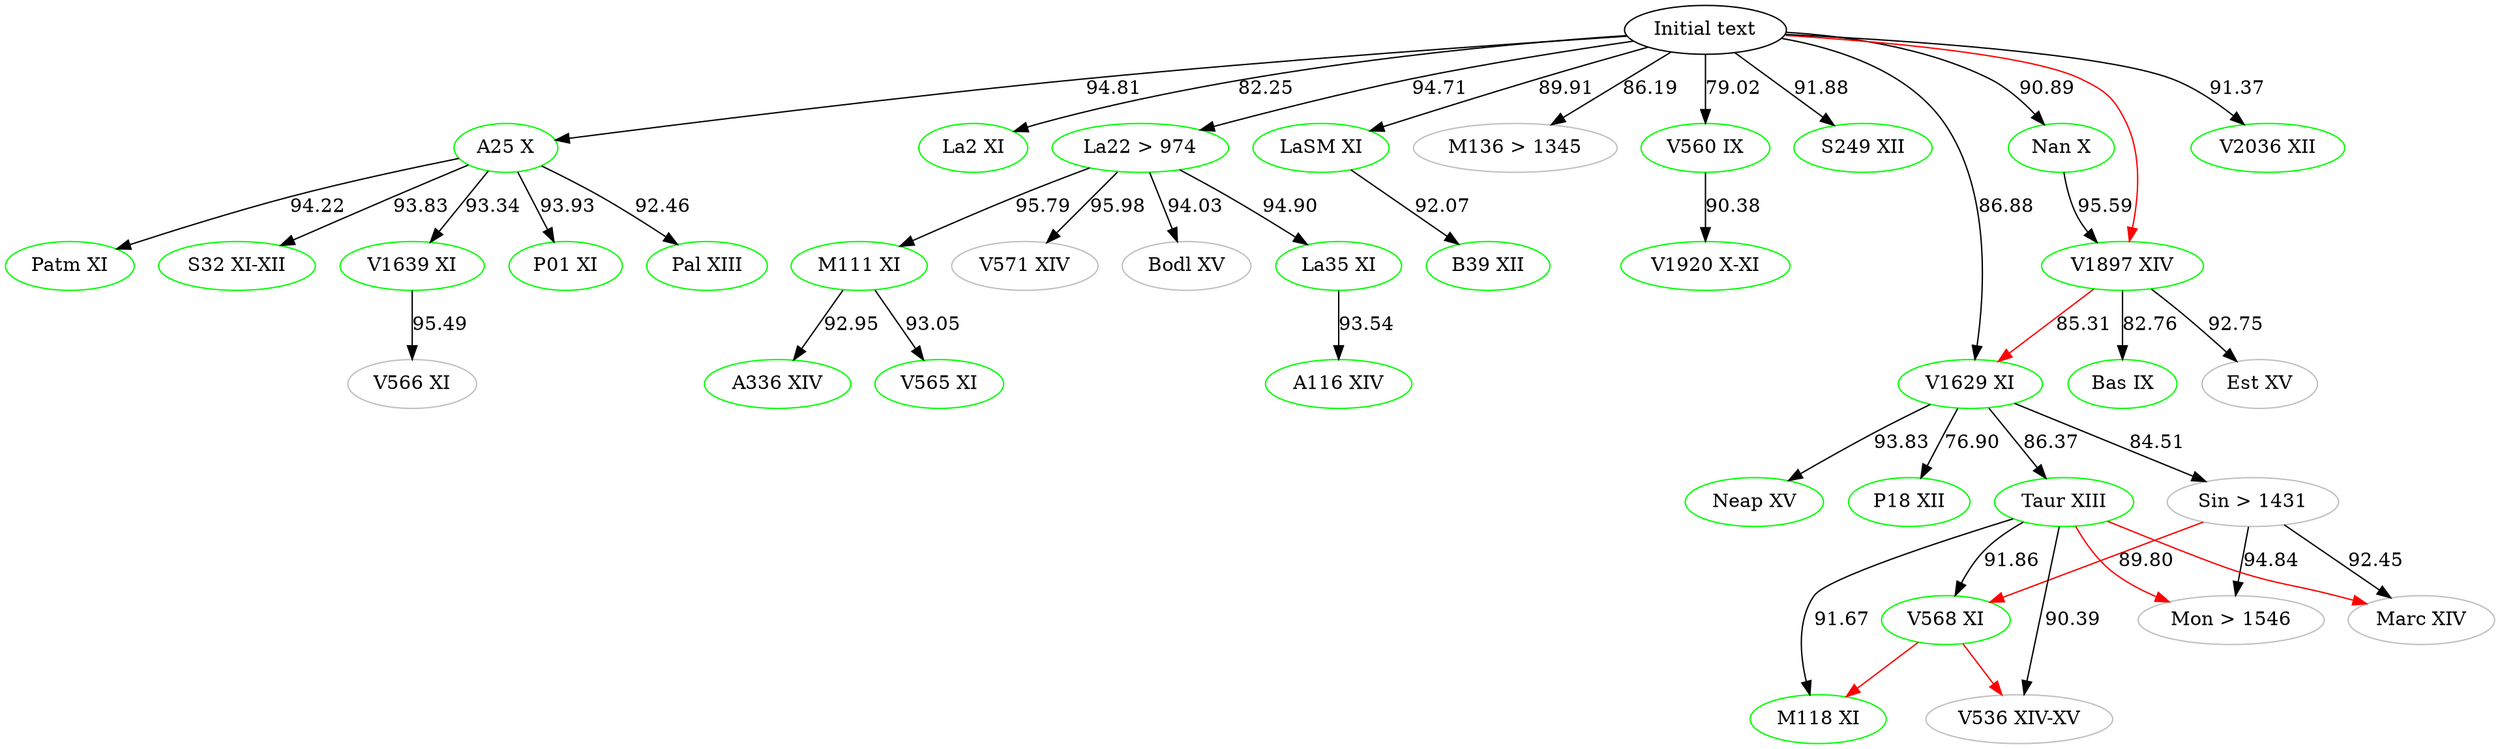
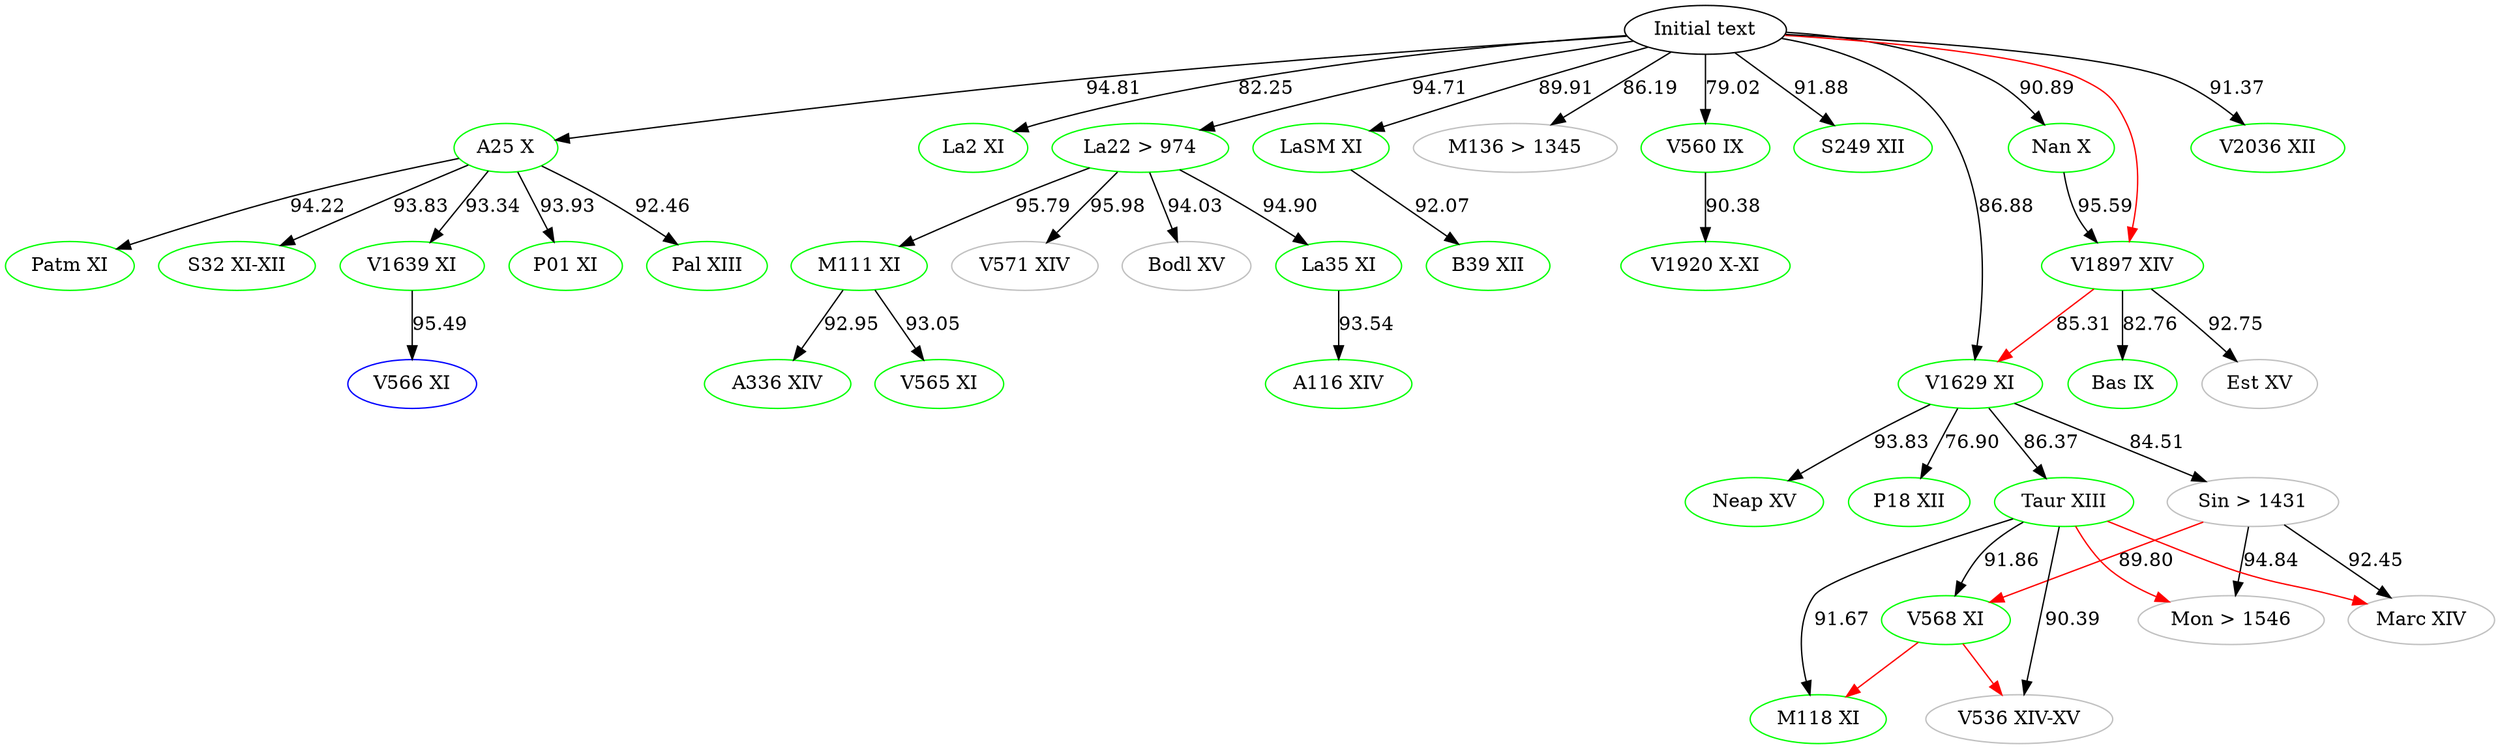
digraph {

    #Top [color="black", label="ω"]
    aBase [color="black", label="Initial text"]
    # Top [color="black", label="Initial text"]
	A116 [label="A116 XIV", color="green"]
	A25 [label="A25 X", color="green"]
	A336 [label="A336 XIV", color="green"]
	B39 [label="B39 XII", color="green"]
	Bas [label="Bas IX", color="green"]
	Bodl [label="Bodl XV", color="grey"]
	Est [label="Est XV", color="grey"]
	La2 [label="La2 XI", color="green"]
	La22 [label="La22 > 974", color="green"]
	La35 [label="La35 XI", color="green"]
	LaSM [label="LaSM XI", color="green"]
	M111 [label="M111 XI", color="green"]
    M118 [label="M118 XI", color="green"]
    M136 [label="M136 > 1345", color="grey"]
    Marc [label="Marc XIV", color="grey"]
    Mon [label="Mon > 1546", color="grey"]
	Nan [label="Nan X", color="green"]
    Neap [label="Neap XV", color="green"]
    P01 [label="P01 XI", color="green"]
    P18 [label="P18 XII", color="green"]
	Pal [label="Pal XIII", color="green"]
	Patm [label="Patm XI", color="green"]
    Sin [label="Sin > 1431", color="grey"]
	S32 [label="S32 XI-XII", color="green"]
    S249 [label="S249 XII", color="green"]
    Taur [label="Taur XIII", color="green"]
    V536 [label="V536 XIV-XV", color="grey"]
	V560 [label="V560 IX", color="green"]
	V565 [label="V565 XI", color="green"]
- 	V566 [label="V566 XI", color="grey"]
+ 	V566 [label="V566 XI", color="blue"]
	V568 [label="V568 XI", color="green"]
	V571 [label="V571 XIV", color="grey"]
    V1629 [label="V1629 XI", color="green"]
	V1639 [label="V1639 XI", color="green"]
	V1897 [label="V1897 XIV", color="green"]
	V1920 [label="V1920 X-XI", color="green"]
    V2036 [label="V2036 XII", color="green"]




    #Top -> aBase
    aBase -> A25 [label="94.81"]
    aBase -> M136 [label="86.19"]
    aBase -> V2036 [label="91.37"]
    # V2036 -> Patm [label="91.14", color="blue"]
    aBase -> V1629 [label="86.88"]
    aBase -> V560[label="79.02"]
    aBase -> La2 [label="82.25"]
    aBase -> S249 [label="91.88"]
    aBase -> LaSM [label="89.91"]
	aBase -> La22 [label="94.71"]
    aBase -> Nan [label="90.89"]

	# A25 -> M136 [label="85.50"]
    # M136 -> A25 [label="85.50" color="blue"]
	A25 -> Pal [label="92.46"]
	A25 -> P01 [label="93.93"]
    A25 -> V1639 [label="93.34"]
    A25 -> S32 [label="93.83"]
    A25 -> Patm [label="94.22"]

    #A25 -> La2 [color="red"]
    #A25 -> V566[color="red"]
    #A25 -> LaSM[color="red"]
    #A25 -> La22[color="red"]
    #A25 -> M136[color="red"]
    #A25 -> Nan[color="red"]
    #A25 -> S249[color="red"]
    #A25 -> V2036[color="red"]

    #aBase -> P01 [color="red"]
    #aBase -> Pal [color="red"]
    #aBase -> Patm [color="red"]
    #aBase -> La35[color="red"]
    #aBase -> B39[color="red"]
    #aBase -> V1920[color="red"]
    aBase -> V1897[color="red"]
    #aBase -> Neap[color="red"]

    #Bodl -> V1639[color="red"]
    #Patm -> S32[color="red"]
    #Patm -> V560[color="red"]

    #La22 -> A116[color="red"]
    #La22 -> V565[color="red"]
    #La22 -> A336[color="red"]

    Taur -> Mon[color="red"]
    Taur -> Marc[color="red"]

    Sin -> V568[label="89.80" color="red"]

    V568 -> V536[color="red"]
    V568 -> M118[color="red"]

    #V571 -> Bodl[color="red"]
    #M111 -> V571[color="red"]
    #La35 -> M111[color="red"]
    V1897 -> V1629[label="85.31" color="red"]
    #Nan -> Bas[color="red"]
    #Nan -> Est[color="red"]
    #Neap -> Taur[color="red"]
    #Neap -> Sin[color="red"]
   #Neap -> P18[color="red"]




	V1639 -> V566 [label="95.49"]

	La22 -> La35 [label= "94.90"]
	La22 -> M111 [label="95.79"]
	La22 -> Bodl [label="94.03"]
    La22 -> V571 [label="95.98"]

	La35 -> A116 [label="93.54"]

	M111 -> V565 [label="93.05"]
	M111 -> A336 [label="92.95"]



	Sin -> Marc [label="92.45"]

	V1629 -> Neap [label="93.83"]
	V1629 -> Sin [label="84.51"]
	V1629 -> Taur [label="86.37"]
    V1629 -> P18 [label="76.90"]

	Taur -> V568 [label="91.86"]
	Taur -> M118 [label="91.67"]
	Taur -> V536 [label="90.39"]
    # Taur -> Marc [color="blue" label="91.96"]
    # Marc -> Mon [color="blue" label="94.12"]
	Sin -> Mon [label="94.84"]

	V560 -> V1920 [label="90.38"]

	V1897 -> Est [label="92.75"]
    V1897 -> Bas [label="82.76"]

    Nan -> V1897 [label="95.59"]



    LaSM -> B39 [label="92.07"]



}

